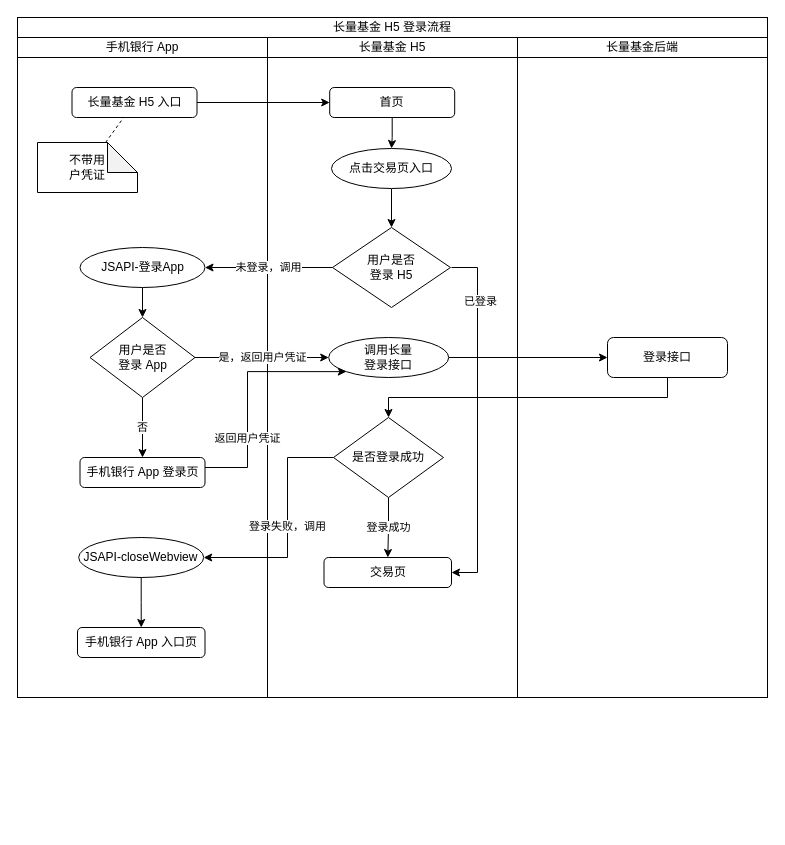
Before: zeus-login.drawio in xhavit-app/draw.io, a draw.io diagram. Source tidied: cells renumbered, new cells numbered last; positions are measured from the earlier drawing's top-left corner, leaving out a move shared by most shapes. Both pictures are drawn from the tidied source at 100%, with x=0, y=0 at pixel (17, 17).
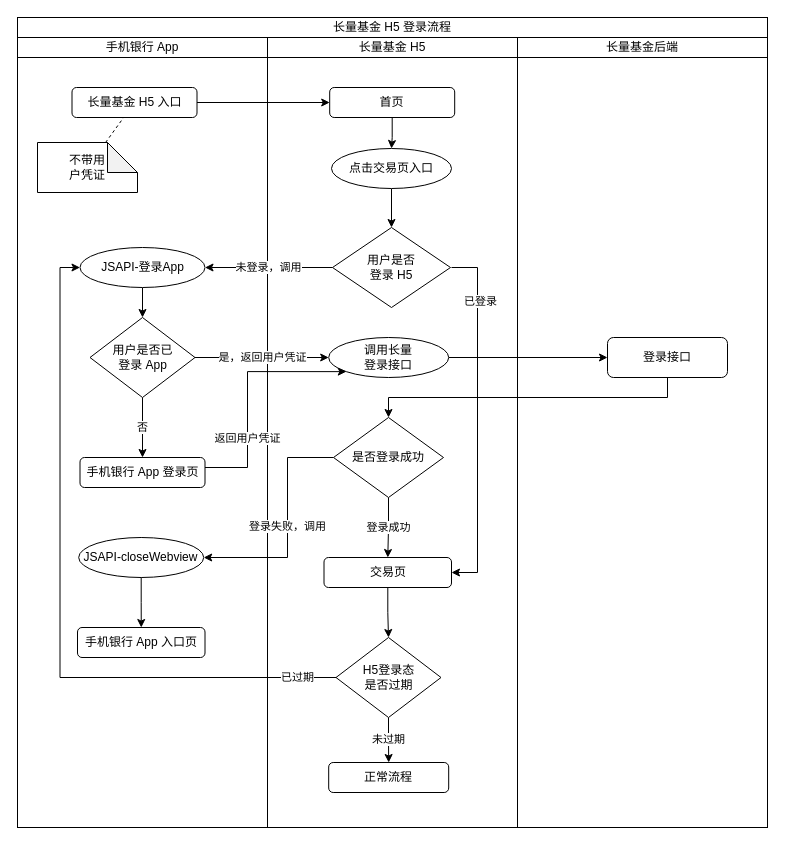
After the change.

Unchanged cells that the change refers to:
```xml
<mxCell id="15" value="交易页" style="rounded=1;whiteSpace=wrap;html=1;" parent="1" vertex="1">
  <mxGeometry x="306.5" y="540" width="127.5" height="30" as="geometry" />
</mxCell>
<mxCell id="17" value="JSAPI-登录App" style="ellipse;whiteSpace=wrap;html=1;" parent="1" vertex="1">
  <mxGeometry x="62.5" y="230" width="125" height="40" as="geometry" />
</mxCell>
```

Change to the diagram source:
```diff
@@
     <mxCell id="2" style="rounded=0;whiteSpace=wrap;html=1;" parent="1" vertex="1">
-      <mxGeometry width="750" height="680" as="geometry" />
+      <mxGeometry width="750" height="810" as="geometry" />
     </mxCell>
@@
     <mxCell id="4" style="rounded=0;whiteSpace=wrap;html=1;" parent="1" vertex="1">
-      <mxGeometry y="40" width="250" height="640" as="geometry" />
+      <mxGeometry y="40" width="250" height="770" as="geometry" />
     </mxCell>
     <mxCell id="5" style="rounded=0;whiteSpace=wrap;html=1;" parent="1" vertex="1">
-      <mxGeometry x="250" y="40" width="250" height="640" as="geometry" />
+      <mxGeometry x="250" y="40" width="250" height="770" as="geometry" />
     </mxCell>
     <mxCell id="6" style="rounded=0;whiteSpace=wrap;html=1;" parent="1" vertex="1">
-      <mxGeometry x="500" y="40" width="250" height="640" as="geometry" />
+      <mxGeometry x="500" y="40" width="250" height="770" as="geometry" />
     </mxCell>
@@
+    <mxCell id="41" style="edgeStyle=orthogonalEdgeStyle;rounded=0;jettySize=auto;html=1;" parent="1" edge="1" source="15" target="44">
+      <mxGeometry relative="1" as="geometry" />
+    </mxCell>
@@
-    <mxCell id="20" value="用户是否&lt;br&gt;登录 App" style="rhombus;whiteSpace=wrap;html=1;" parent="1" vertex="1">
+    <mxCell id="20" value="用户是否已&lt;br&gt;登录 App" style="rhombus;whiteSpace=wrap;html=1;" parent="1" vertex="1">
       <mxGeometry x="72.5" y="300" width="105" height="80" as="geometry" />
     </mxCell>
@@
+    <mxCell id="42" value="未过期" style="edgeStyle=orthogonalEdgeStyle;rounded=0;jettySize=auto;html=1;" parent="1" edge="1" source="44" target="45">
+      <mxGeometry x="-0.01" relative="1" as="geometry" />
+    </mxCell>
+    <mxCell id="43" value="已过期" style="edgeStyle=orthogonalEdgeStyle;rounded=0;jettySize=auto;html=1;entryX=0;entryY=0.5;entryDx=0;entryDy=0;" parent="1" edge="1" source="44" target="17">
+      <mxGeometry x="-0.89" relative="1" as="geometry" />
+    </mxCell>
+    <mxCell id="44" value="H5登录态&lt;br&gt;是否过期" style="rhombus;whiteSpace=wrap;html=1;" parent="1" vertex="1">
+      <mxGeometry x="318.5" y="620" width="105" height="80" as="geometry" />
+    </mxCell>
+    <mxCell id="45" value="正常流程" style="rounded=1;whiteSpace=wrap;html=1;" parent="1" vertex="1">
+      <mxGeometry x="311.2" y="745" width="120" height="30" as="geometry" />
+    </mxCell>
```
